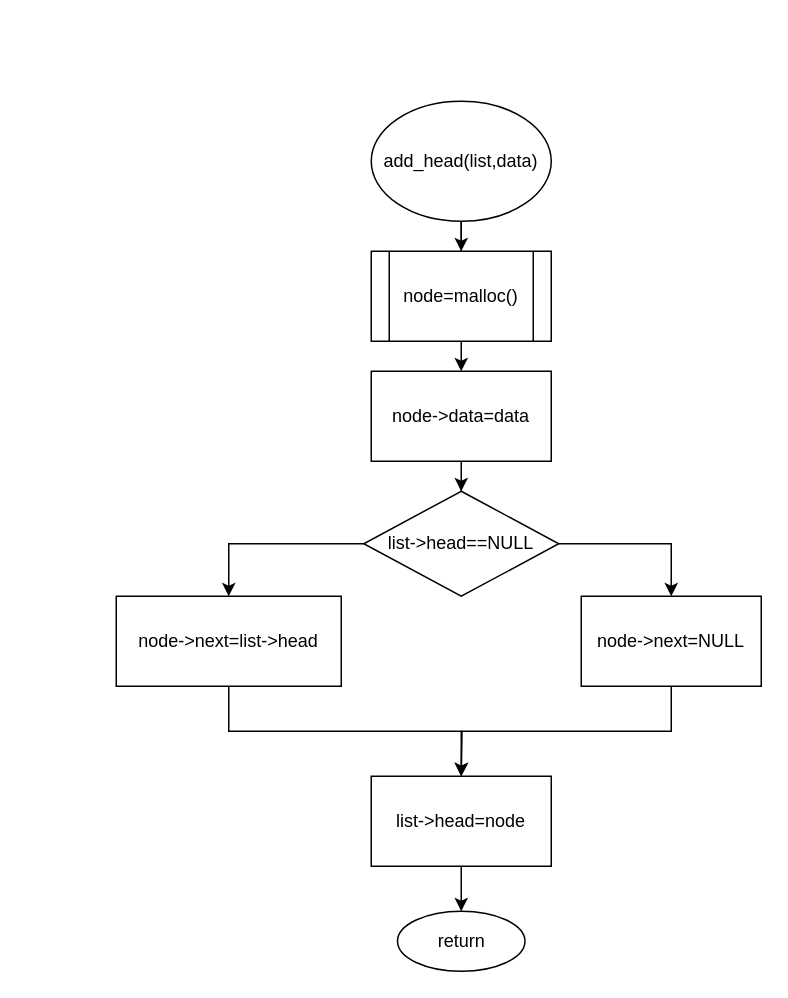
The draw.io diagram page "add_head" (2 of 7) of lab6.drawio in Alvald1/draw.io, before the edit. Source tidied: cells renumbered, new cells numbered last; positions are measured from the earlier drawing's top-left corner, leaving out a move shared by most shapes. Both pictures are drawn from the tidied source at 150%, with x=0, y=0 at pixel (116, 100).
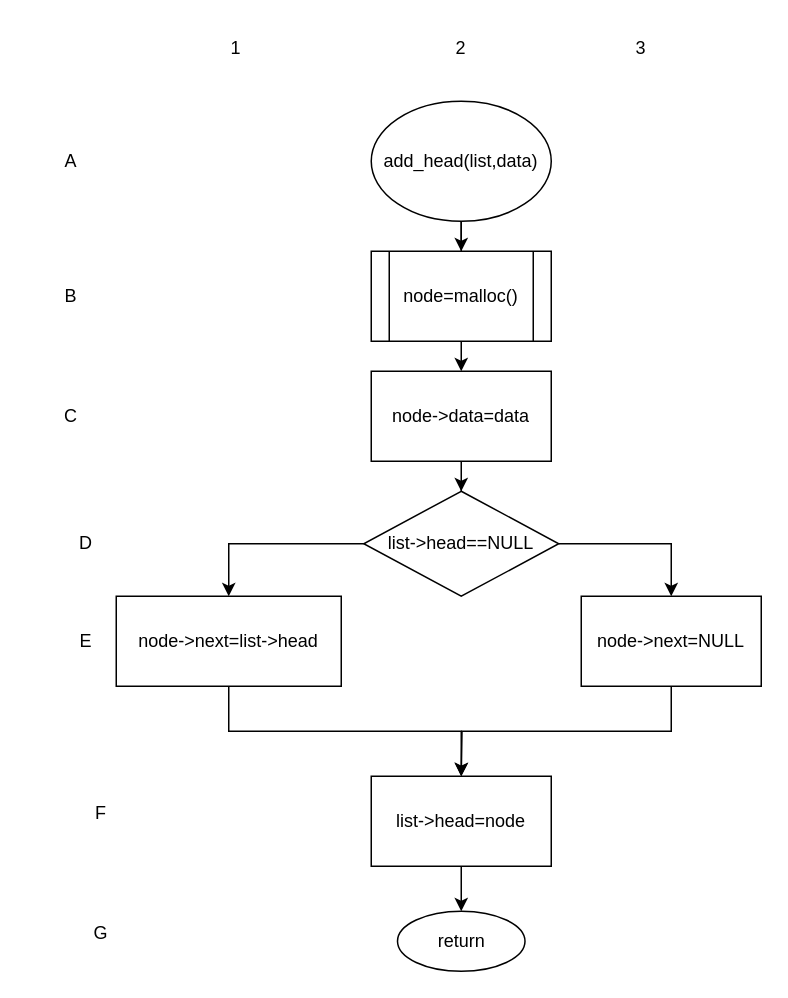
Above is the later version.

What changed in the source:
```diff
@@
+    <mxCell id="18" value="1" style="text;html=1;strokeColor=none;fillColor=none;align=center;verticalAlign=middle;whiteSpace=wrap;rounded=0;" parent="1" vertex="1">
+      <mxGeometry x="50" y="-50" width="60" height="30" as="geometry" />
+    </mxCell>
+    <mxCell id="19" value="2" style="text;html=1;strokeColor=none;fillColor=none;align=center;verticalAlign=middle;whiteSpace=wrap;rounded=0;" parent="1" vertex="1">
+      <mxGeometry x="200" y="-50" width="60" height="30" as="geometry" />
+    </mxCell>
+    <mxCell id="20" value="3" style="text;html=1;strokeColor=none;fillColor=none;align=center;verticalAlign=middle;whiteSpace=wrap;rounded=0;" parent="1" vertex="1">
+      <mxGeometry x="320" y="-50" width="60" height="30" as="geometry" />
+    </mxCell>
+    <mxCell id="21" value="A" style="text;html=1;strokeColor=none;fillColor=none;align=center;verticalAlign=middle;whiteSpace=wrap;rounded=0;" parent="1" vertex="1">
+      <mxGeometry x="-60" y="25" width="60" height="30" as="geometry" />
+    </mxCell>
+    <mxCell id="22" value="B" style="text;html=1;strokeColor=none;fillColor=none;align=center;verticalAlign=middle;whiteSpace=wrap;rounded=0;" parent="1" vertex="1">
+      <mxGeometry x="-60" y="115" width="60" height="30" as="geometry" />
+    </mxCell>
+    <mxCell id="23" value="C" style="text;html=1;strokeColor=none;fillColor=none;align=center;verticalAlign=middle;whiteSpace=wrap;rounded=0;" parent="1" vertex="1">
+      <mxGeometry x="-60" y="195" width="60" height="30" as="geometry" />
+    </mxCell>
+    <mxCell id="24" value="D" style="text;html=1;strokeColor=none;fillColor=none;align=center;verticalAlign=middle;whiteSpace=wrap;rounded=0;" parent="1" vertex="1">
+      <mxGeometry x="-50" y="280" width="60" height="30" as="geometry" />
+    </mxCell>
+    <mxCell id="25" value="E" style="text;html=1;strokeColor=none;fillColor=none;align=center;verticalAlign=middle;whiteSpace=wrap;rounded=0;" parent="1" vertex="1">
+      <mxGeometry x="-50" y="345" width="60" height="30" as="geometry" />
+    </mxCell>
+    <mxCell id="26" value="F" style="text;html=1;strokeColor=none;fillColor=none;align=center;verticalAlign=middle;whiteSpace=wrap;rounded=0;" parent="1" vertex="1">
+      <mxGeometry x="-40" y="460" width="60" height="30" as="geometry" />
+    </mxCell>
+    <mxCell id="27" value="G" style="text;html=1;strokeColor=none;fillColor=none;align=center;verticalAlign=middle;whiteSpace=wrap;rounded=0;" parent="1" vertex="1">
+      <mxGeometry x="-40" y="540" width="60" height="30" as="geometry" />
+    </mxCell>
```
